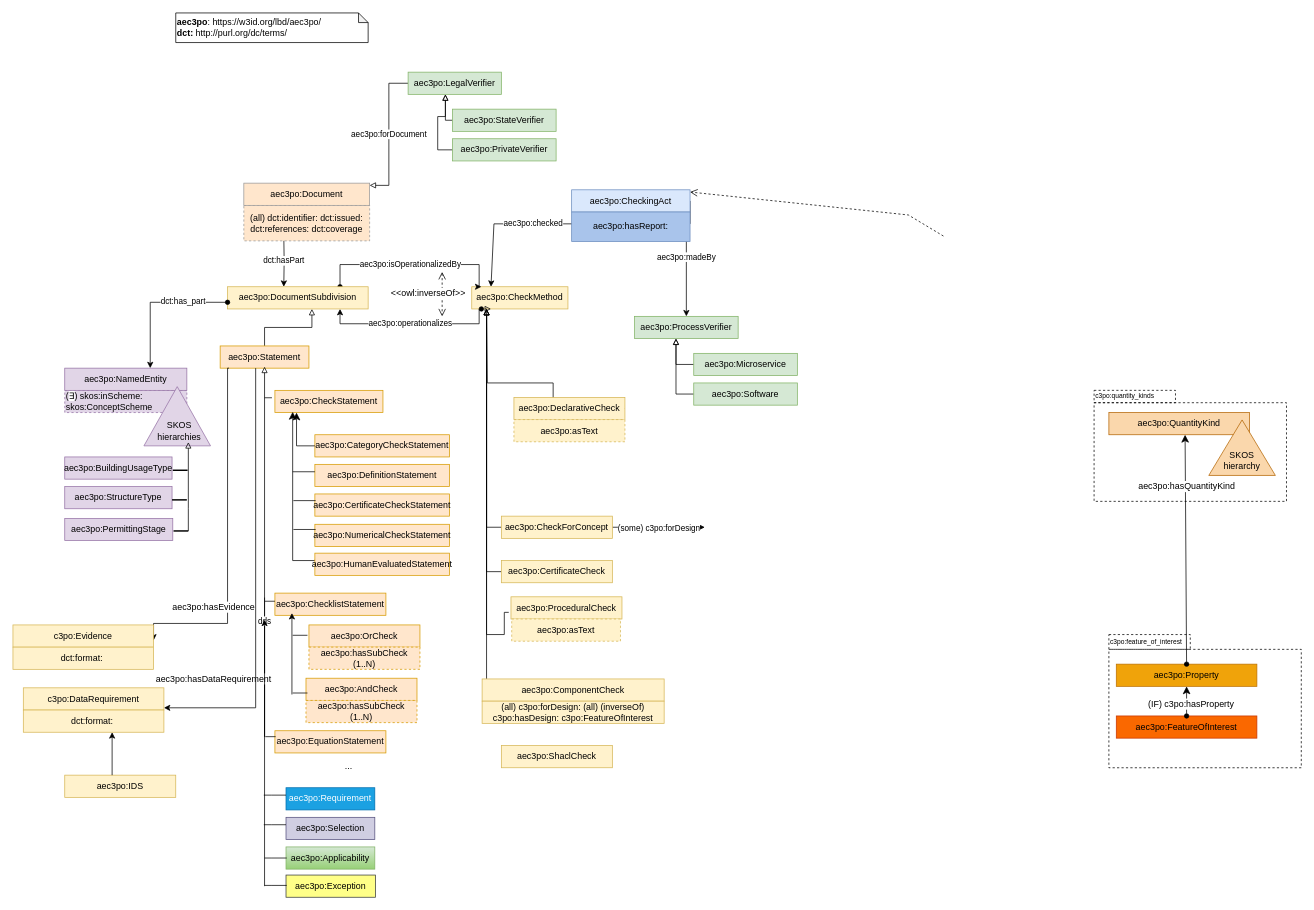
This is page "aec3po" (1 of 14) of resources/aec3po.drawio from Accord-Project/aec3po, a draw.io file, before an edit. Source tidied: cells renumbered, new cells numbered last; positions are measured from the earlier drawing's top-left corner, leaving out a move shared by most shapes. Both pictures are drawn from the tidied source at 74%, with x=0, y=0 at pixel (13, 13).
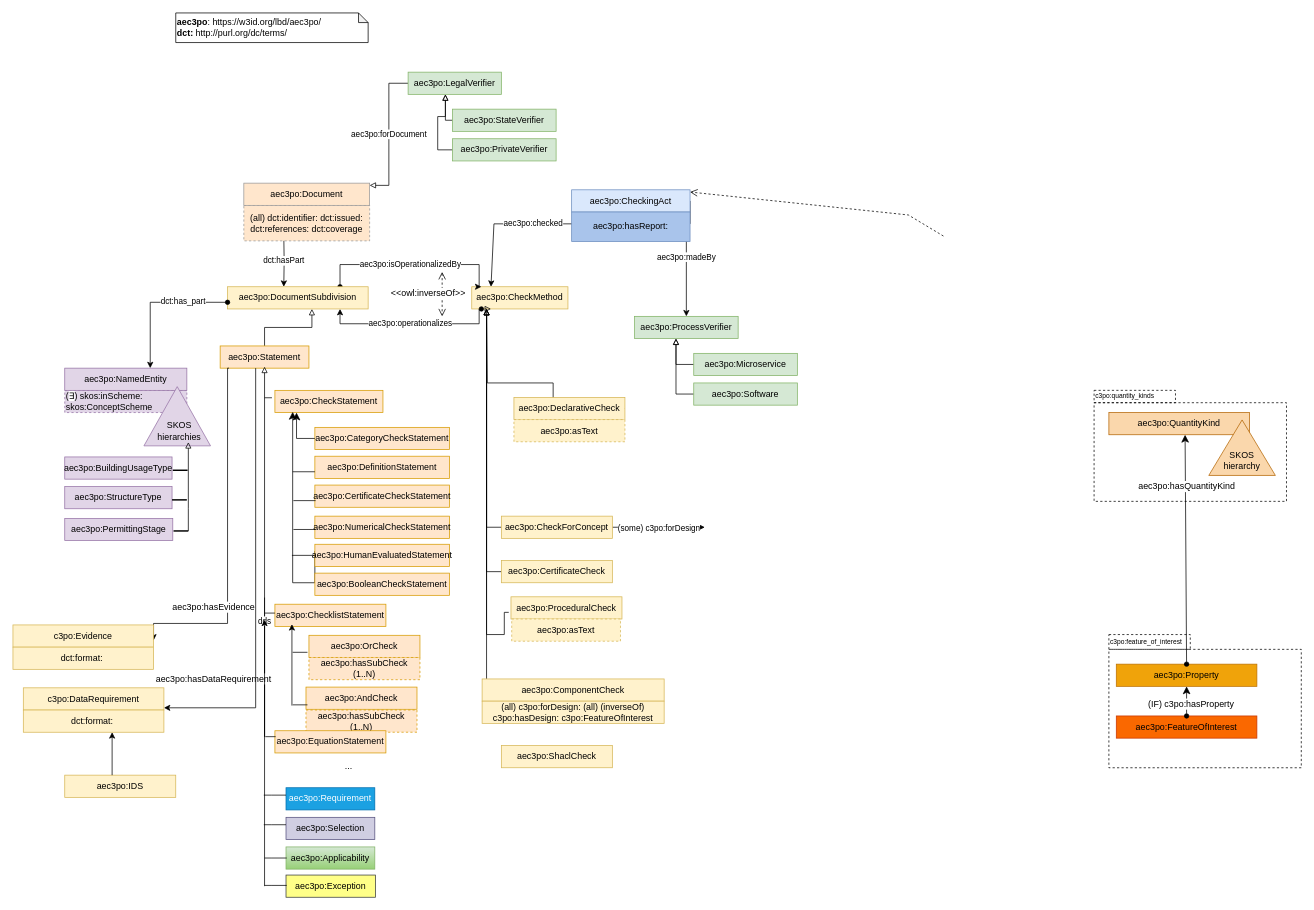
Above is the later version.

Change to the diagram source:
```diff
@@
     <mxCell id="23" value="aec3po:OrCheck" style="rounded=0;whiteSpace=wrap;html=1;fillColor=#ffe6cc;strokeColor=#d79b00;" parent="1" vertex="1">
-      <mxGeometry x="400" y="827" width="150" height="30" as="geometry" />
+      <mxGeometry x="400" y="841" width="150" height="30" as="geometry" />
     </mxCell>
     <mxCell id="24" value="aec3po:hasSubCheck (1..N)" style="rounded=0;whiteSpace=wrap;html=1;dashed=1;fillColor=#ffe6cc;strokeColor=#d79b00;" parent="1" vertex="1">
-      <mxGeometry x="400" y="857" width="150" height="30" as="geometry" />
+      <mxGeometry x="400" y="871" width="150" height="30" as="geometry" />
     </mxCell>
@@
     <mxCell id="63" value="aec3po:DefinitionStatement" style="rounded=0;whiteSpace=wrap;html=1;fillColor=#ffe6cc;strokeColor=#d79b00;" parent="1" vertex="1">
-      <mxGeometry x="408" y="610" width="182" height="30" as="geometry" />
+      <mxGeometry x="408" y="599" width="182" height="30" as="geometry" />
     </mxCell>
     <mxCell id="64" value="aec3po:ChecklistStatement" style="rounded=0;whiteSpace=wrap;html=1;fillColor=#ffe6cc;strokeColor=#d79b00;" parent="1" vertex="1">
-      <mxGeometry x="354" y="784" width="150" height="30" as="geometry" />
+      <mxGeometry x="354" y="799" width="150" height="30" as="geometry" />
     </mxCell>
     <mxCell id="65" value="aec3po:CategoryCheckStatement" style="rounded=0;whiteSpace=wrap;html=1;snapToPoint=1;points=[[0.1,0],[0.2,0],[0.3,0],[0.4,0],[0.5,0],[0.6,0],[0.7,0],[0.8,0],[0.9,0],[0,0.1],[0,0.3],[0,0.5],[0,0.7],[0,0.9],[0.1,1],[0.2,1],[0.3,1],[0.4,1],[0.5,1],[0.6,1],[0.7,1],[0.8,1],[0.9,1],[1,0.1],[1,0.3],[1,0.5],[1,0.7],[1,0.9]];fillColor=#ffe6cc;strokeColor=#d79b00;" parent="1" vertex="1">
-      <mxGeometry x="408" y="570" width="182" height="30" as="geometry" />
+      <mxGeometry x="408" y="560" width="182" height="30" as="geometry" />
     </mxCell>
     <mxCell id="66" value="aec3po:CertificateCheckStatement" style="rounded=0;whiteSpace=wrap;html=1;fillColor=#ffe6cc;strokeColor=#d79b00;" parent="1" vertex="1">
-      <mxGeometry x="408" y="650" width="182" height="30" as="geometry" />
+      <mxGeometry x="408" y="638" width="182" height="30" as="geometry" />
     </mxCell>
     <mxCell id="67" value="aec3po:AndCheck" style="rounded=0;whiteSpace=wrap;html=1;fillColor=#ffe6cc;strokeColor=#d79b00;" parent="1" vertex="1">
-      <mxGeometry x="396" y="899" width="150" height="30" as="geometry" />
+      <mxGeometry x="396" y="911" width="150" height="30" as="geometry" />
     </mxCell>
     <mxCell id="68" value="aec3po:hasSubCheck (1..N)" style="rounded=0;whiteSpace=wrap;html=1;dashed=1;fillColor=#ffe6cc;strokeColor=#d79b00;" parent="1" vertex="1">
-      <mxGeometry x="396" y="929" width="150" height="30" as="geometry" />
+      <mxGeometry x="396" y="942" width="150" height="30" as="geometry" />
     </mxCell>
@@
     <mxCell id="71" style="edgeStyle=segmentEdgeStyle;endArrow=classic;html=1;curved=0;rounded=0;endSize=8;startSize=8;entryX=0.2;entryY=1;entryDx=0;entryDy=0;exitX=0;exitY=0.3;exitDx=0;exitDy=0;" parent="1" edge="1" source="93">
       <mxGeometry relative="1" as="geometry">
         <mxPoint x="378" y="539" as="targetPoint" />
         <Array as="points">
-          <mxPoint x="408" y="740" />
-          <mxPoint x="378" y="740" />
+          <mxPoint x="408" y="770" />
+          <mxPoint x="378" y="770" />
         </Array>
       </mxGeometry>
     </mxCell>
@@
     <mxCell id="89" style="endArrow=classic;html=1;rounded=0;" parent="1" edge="1">
       <mxGeometry relative="1" as="geometry">
-        <mxPoint x="377" y="921" as="sourcePoint" />
-        <mxPoint x="377" y="811" as="targetPoint" />
+        <mxPoint x="377" y="936" as="sourcePoint" />
+        <mxPoint x="377" y="826" as="targetPoint" />
       </mxGeometry>
     </mxCell>
     <mxCell id="90" style="endArrow=none;html=1;rounded=0;" parent="1" edge="1">
       <mxGeometry relative="1" as="geometry">
-        <mxPoint x="378" y="841" as="sourcePoint" />
-        <mxPoint x="398" y="841" as="targetPoint" />
+        <mxPoint x="378" y="864" as="sourcePoint" />
+        <mxPoint x="398" y="864" as="targetPoint" />
       </mxGeometry>
     </mxCell>
     <mxCell id="91" style="endArrow=none;html=1;rounded=0;" parent="1" edge="1">
       <mxGeometry relative="1" as="geometry">
-        <mxPoint x="378" y="919" as="sourcePoint" />
-        <mxPoint x="398" y="919" as="targetPoint" />
+        <mxPoint x="378" y="935" as="sourcePoint" />
+        <mxPoint x="398" y="935" as="targetPoint" />
       </mxGeometry>
     </mxCell>
     <mxCell id="92" value="aec3po:NumericalCheckStatement" style="rounded=0;whiteSpace=wrap;html=1;fillColor=#ffe6cc;strokeColor=#d79b00;" parent="1" vertex="1">
-      <mxGeometry x="408" y="691" width="182" height="30" as="geometry" />
+      <mxGeometry x="408" y="680" width="182" height="30" as="geometry" />
     </mxCell>
     <mxCell id="93" value="aec3po:HumanEvaluatedStatement" style="rounded=0;whiteSpace=wrap;html=1;snapToPoint=1;points=[[0.1,0],[0.2,0],[0.3,0],[0.4,0],[0.5,0],[0.6,0],[0.7,0],[0.8,0],[0.9,0],[0,0.1],[0,0.3],[0,0.5],[0,0.7],[0,0.9],[0.1,1],[0.2,1],[0.3,1],[0.4,1],[0.5,1],[0.6,1],[0.7,1],[0.8,1],[0.9,1],[1,0.1],[1,0.3],[1,0.5],[1,0.7],[1,0.9]];fillColor=#ffe6cc;strokeColor=#d79b00;" parent="1" vertex="1">
-      <mxGeometry x="408" y="730" width="182" height="30" as="geometry" />
+      <mxGeometry x="408" y="718" width="182" height="30" as="geometry" />
     </mxCell>
@@
     <mxCell id="97" style="endArrow=none;html=1;rounded=0;" parent="1" edge="1">
       <mxGeometry relative="1" as="geometry">
-        <mxPoint x="340" y="795" as="sourcePoint" />
-        <mxPoint x="354" y="795" as="targetPoint" />
+        <mxPoint x="340" y="811" as="sourcePoint" />
+        <mxPoint x="354" y="811" as="targetPoint" />
       </mxGeometry>
     </mxCell>
@@
+    <mxCell id="115" value="aec3po:BooleanCheckStatement" style="rounded=0;whiteSpace=wrap;html=1;fillColor=#ffe6cc;strokeColor=#d79b00;" parent="1" vertex="1">
+      <mxGeometry x="408" y="757" width="182" height="30" as="geometry" />
+    </mxCell>
+    <mxCell id="116" style="endArrow=none;html=1;rounded=0;" parent="1" edge="1">
+      <mxGeometry relative="1" as="geometry">
+        <mxPoint x="377" y="733" as="sourcePoint" />
+        <mxPoint x="407" y="733" as="targetPoint" />
+      </mxGeometry>
+    </mxCell>
```
